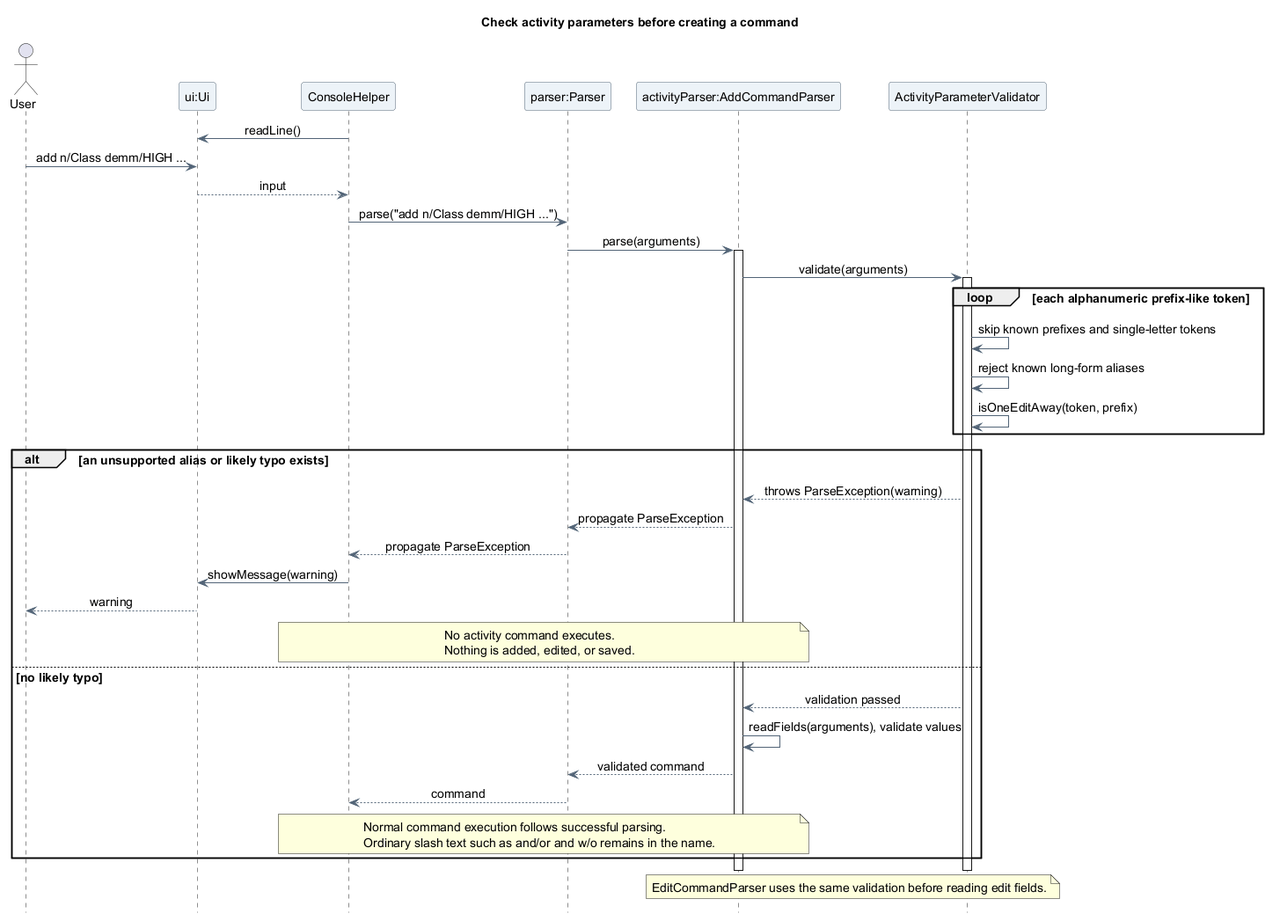
The PlantUML diagram docs/images/luke/sequence/ActivityParameterValidationSequence.png in AY2627S1-CS2113-T10-4/tp, before a commit.
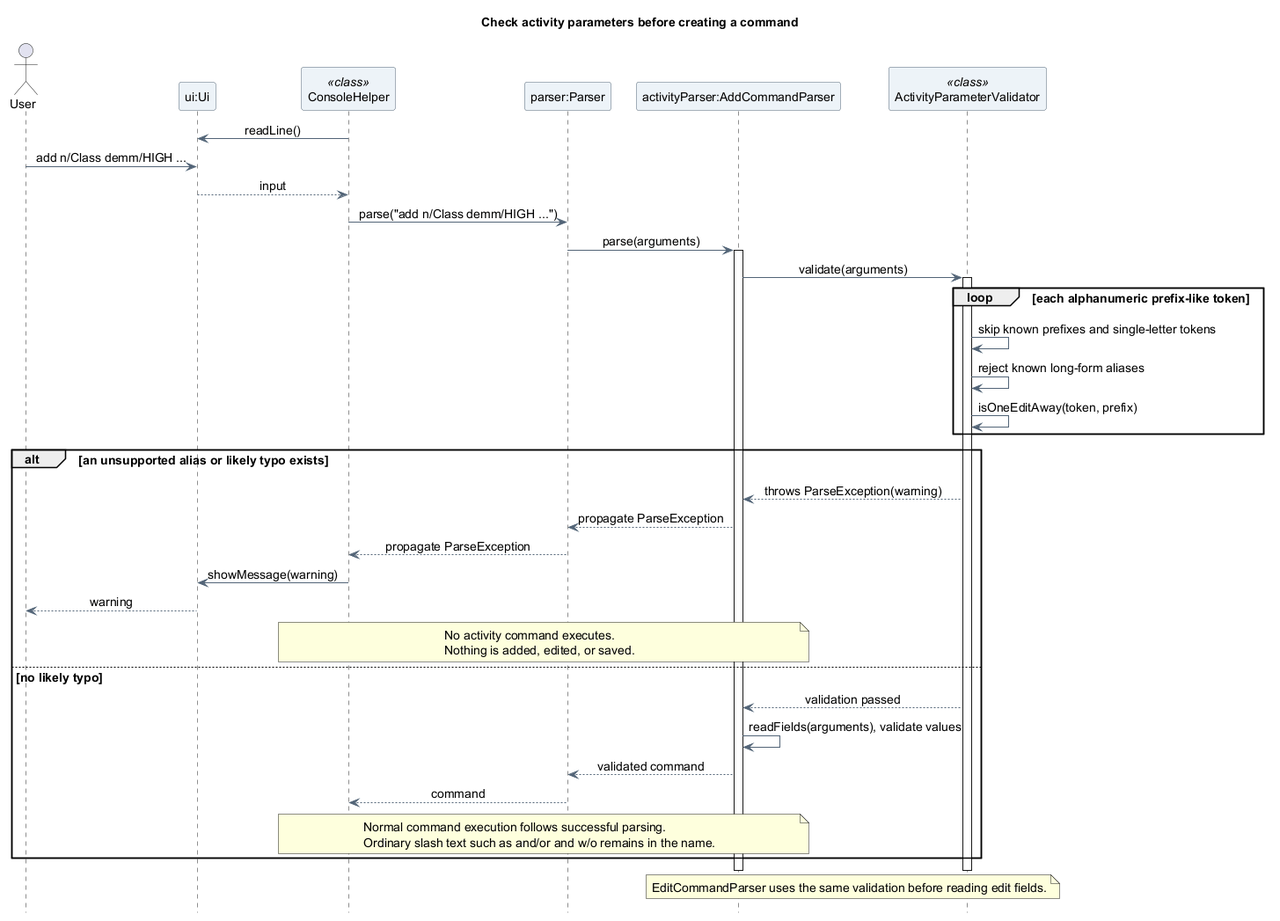
After the commit.

Change to the diagram source:
```diff
@@ -12,10 +12,10 @@
 
 actor "User" as User
 participant "ui:Ui" as UI
-participant ConsoleHelper as Console
+participant "ConsoleHelper" as Console <<class>>
 participant "parser:Parser" as Parser
 participant "activityParser:AddCommandParser" as Fields
-participant ActivityParameterValidator as Validator
+participant "ActivityParameterValidator" as Validator <<class>>
 
 Console -> UI : readLine()
 User -> UI : add n/Class demm/HIGH ...
```
